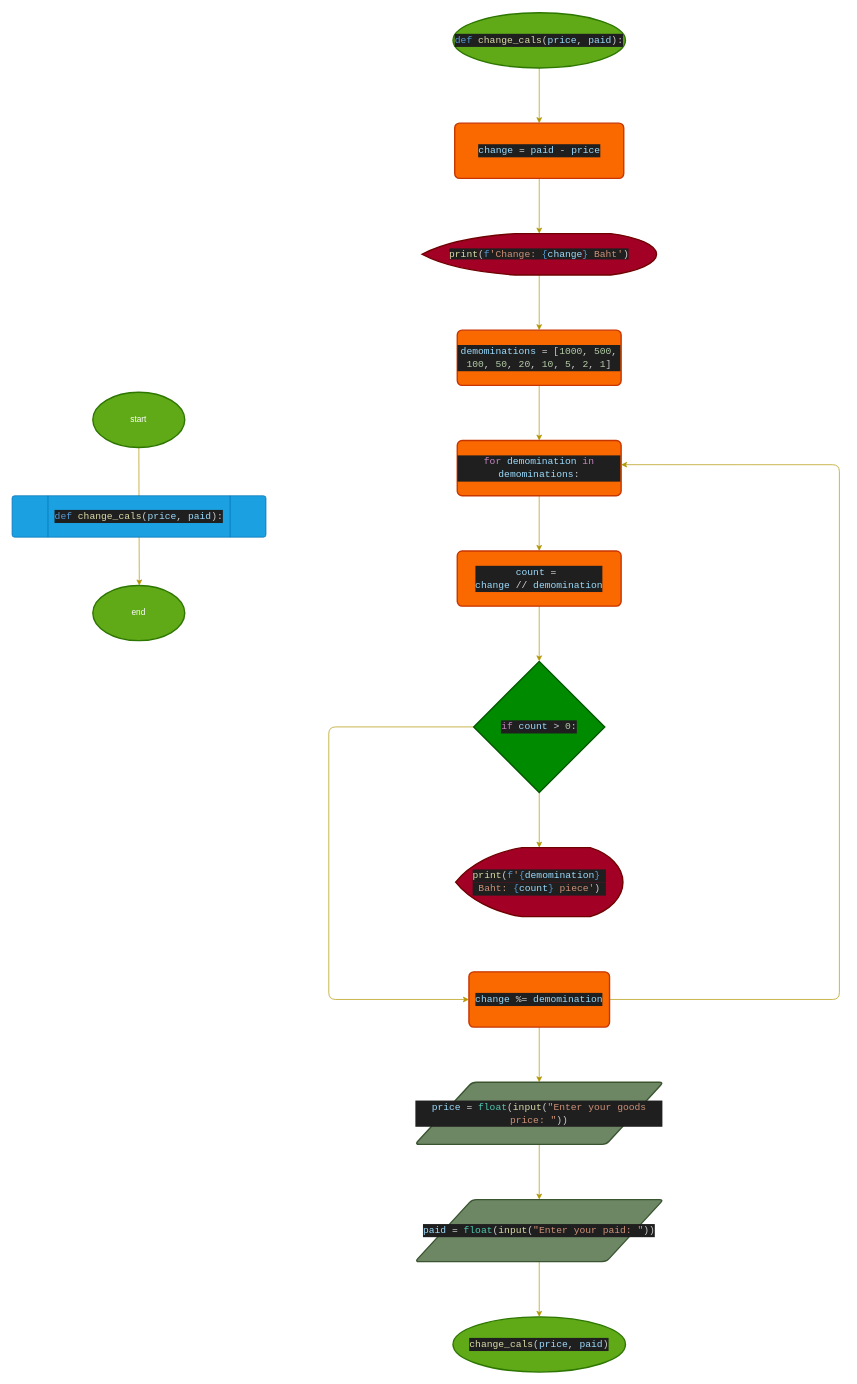
This is Problem Solv HW/HW1 CH1.drawio from CaptMavvvvv/NCC-1031-D, a draw.io file, before an edit. Source tidied: cells renumbered, new cells numbered last; positions are measured from the earlier drawing's top-left corner, leaving out a move shared by most shapes. Both pictures are drawn from the tidied source at 69%, with x=0, y=0 at pixel (12, 12).
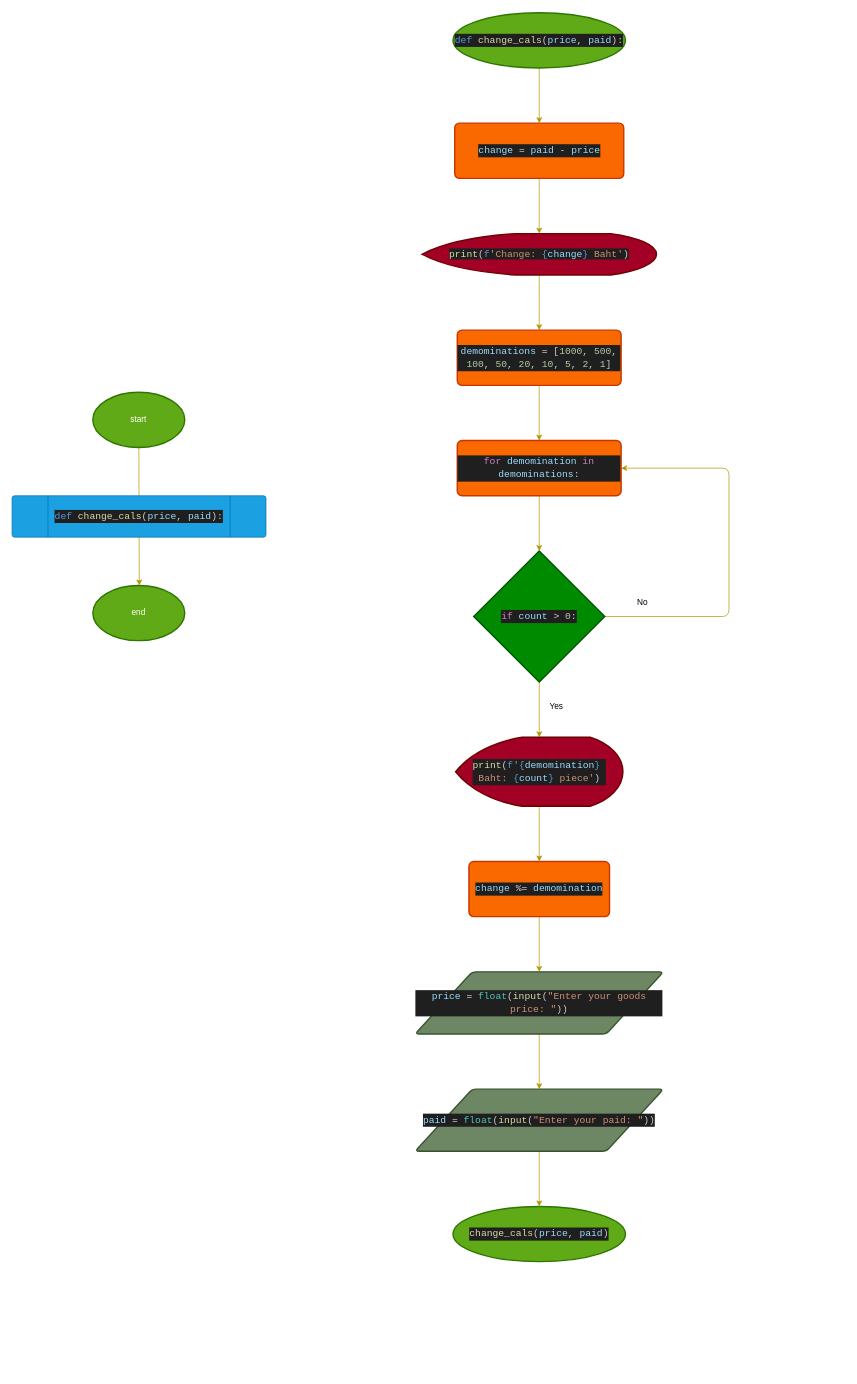
After the change.

The change refers to these unchanged cells:
```xml
<mxCell id="17" value="&lt;div style=&quot;color: rgb(204, 204, 204); background-color: rgb(31, 31, 31); font-family: Consolas, &amp;quot;Courier New&amp;quot;, monospace; font-size: 14px; line-height: 19px;&quot;&gt;&lt;div&gt;&lt;div style=&quot;line-height: 19px;&quot;&gt;&lt;div style=&quot;line-height: 19px;&quot;&gt;&lt;div&gt;&lt;span style=&quot;color: #c586c0;&quot;&gt;for&lt;/span&gt; &lt;span style=&quot;color: #9cdcfe;&quot;&gt;demomination&lt;/span&gt; &lt;span style=&quot;color: #c586c0;&quot;&gt;in&lt;/span&gt; &lt;span style=&quot;color: #9cdcfe;&quot;&gt;demominations&lt;/span&gt;:&lt;/div&gt;&lt;div&gt;&lt;/div&gt;&lt;/div&gt;&lt;/div&gt;&lt;/div&gt;&lt;div&gt;&lt;/div&gt;&lt;/div&gt;" style="rounded=1;whiteSpace=wrap;html=1;absoluteArcSize=1;arcSize=14;strokeWidth=2;fillColor=#fa6800;fontColor=#000000;strokeColor=#C73500;" parent="1" vertex="1">
  <mxGeometry x="645.2" y="620" width="237.5" height="80" as="geometry" />
</mxCell>
```

The edit, as a diff of the source:
```diff
@@
-    <mxCell id="16" style="edgeStyle=none;html=1;fillColor=#e3c800;strokeColor=#B09500;" parent="1" edge="1" source="17" target="22">
-      <mxGeometry relative="1" as="geometry" />
+    <mxCell id="16" style="edgeStyle=none;html=1;fillColor=#e3c800;strokeColor=#B09500;" parent="1" edge="1" source="17">
+      <mxGeometry relative="1" as="geometry">
+        <mxPoint x="764" y="780" as="targetPoint" />
+      </mxGeometry>
     </mxCell>
@@
-    <mxCell id="19" style="edgeStyle=none;html=1;exitX=0;exitY=0.5;exitDx=0;exitDy=0;exitPerimeter=0;entryX=0;entryY=0.5;entryDx=0;entryDy=0;fillColor=#e3c800;strokeColor=#B09500;" parent="1" edge="1" source="20" target="26">
-      <mxGeometry relative="1" as="geometry">
-        <Array as="points">
-          <mxPoint x="459" y="1035" />
-          <mxPoint x="459" y="1430" />
-        </Array>
-      </mxGeometry>
-    </mxCell>
+    <mxCell id="32" style="edgeStyle=none;html=1;exitX=1;exitY=0.5;exitDx=0;exitDy=0;exitPerimeter=0;entryX=1;entryY=0.5;entryDx=0;entryDy=0;fillColor=#e3c800;strokeColor=#B09500;" parent="1" edge="1" source="20" target="17">
+      <mxGeometry relative="1" as="geometry">
+        <Array as="points">
+          <mxPoint x="1039" y="875" />
+          <mxPoint x="1039" y="660" />
+        </Array>
+      </mxGeometry>
+    </mxCell>
     <mxCell id="20" value="&lt;div style=&quot;color: rgb(204, 204, 204); background-color: rgb(31, 31, 31); font-family: Consolas, &amp;quot;Courier New&amp;quot;, monospace; font-size: 14px; line-height: 19px;&quot;&gt;&lt;div style=&quot;line-height: 19px;&quot;&gt;&lt;span style=&quot;color: #c586c0;&quot;&gt;if&lt;/span&gt; &lt;span style=&quot;color: #9cdcfe;&quot;&gt;count&lt;/span&gt; &lt;span style=&quot;color: #d4d4d4;&quot;&gt;&amp;gt;&lt;/span&gt; &lt;span style=&quot;color: #b5cea8;&quot;&gt;0&lt;/span&gt;:&lt;/div&gt;&lt;/div&gt;" style="strokeWidth=2;html=1;shape=mxgraph.flowchart.decision;whiteSpace=wrap;fillColor=#008a00;fontColor=#ffffff;strokeColor=#005700;" parent="1" vertex="1">
-      <mxGeometry x="669" y="940" width="190" height="190" as="geometry" />
+      <mxGeometry x="669" y="780" width="190" height="190" as="geometry" />
     </mxCell>
-    <mxCell id="21" style="edgeStyle=none;html=1;fillColor=#e3c800;strokeColor=#B09500;" parent="1" edge="1" source="22" target="20">
-      <mxGeometry relative="1" as="geometry" />
-    </mxCell>
-    <mxCell id="22" value="&lt;div style=&quot;color: rgb(204, 204, 204); background-color: rgb(31, 31, 31); font-family: Consolas, &amp;quot;Courier New&amp;quot;, monospace; font-size: 14px; line-height: 19px;&quot;&gt;&lt;div&gt;&lt;div style=&quot;line-height: 19px;&quot;&gt;&lt;div style=&quot;line-height: 19px;&quot;&gt;&lt;div&gt;&lt;div style=&quot;line-height: 19px;&quot;&gt;&lt;div&gt;&lt;span style=&quot;color: rgb(156, 220, 254);&quot;&gt;count&lt;/span&gt; &lt;span style=&quot;color: rgb(212, 212, 212);&quot;&gt;=&lt;/span&gt;&amp;nbsp;&lt;/div&gt;&lt;div&gt;&lt;span style=&quot;color: rgb(156, 220, 254);&quot;&gt;change&lt;/span&gt; &lt;span style=&quot;color: rgb(212, 212, 212);&quot;&gt;//&lt;/span&gt; &lt;span style=&quot;color: rgb(156, 220, 254);&quot;&gt;demomination&lt;/span&gt;&lt;br&gt;&lt;/div&gt;&lt;div&gt;&lt;/div&gt;&lt;/div&gt;&lt;/div&gt;&lt;div&gt;&lt;/div&gt;&lt;/div&gt;&lt;/div&gt;&lt;/div&gt;&lt;div&gt;&lt;/div&gt;&lt;/div&gt;" style="rounded=1;whiteSpace=wrap;html=1;absoluteArcSize=1;arcSize=14;strokeWidth=2;fillColor=#fa6800;fontColor=#000000;strokeColor=#C73500;" parent="1" vertex="1">
-      <mxGeometry x="645.2" y="780" width="237.5" height="80" as="geometry" />
-    </mxCell>
+    <mxCell id="25" style="edgeStyle=none;html=1;fillColor=#e3c800;strokeColor=#B09500;" parent="1" edge="1" source="23" target="26">
+      <mxGeometry relative="1" as="geometry" />
+    </mxCell>
     <mxCell id="23" value="&lt;div style=&quot;color: rgb(204, 204, 204); background-color: rgb(31, 31, 31); font-family: Consolas, &amp;quot;Courier New&amp;quot;, monospace; font-size: 14px; line-height: 19px;&quot;&gt;&lt;span style=&quot;color: #dcdcaa;&quot;&gt;print&lt;/span&gt;(&lt;span style=&quot;color: #569cd6;&quot;&gt;f&lt;/span&gt;&lt;span style=&quot;color: #ce9178;&quot;&gt;'&lt;/span&gt;&lt;span style=&quot;color: #569cd6;&quot;&gt;{&lt;/span&gt;&lt;span style=&quot;color: #9cdcfe;&quot;&gt;demomination&lt;/span&gt;&lt;span style=&quot;color: #569cd6;&quot;&gt;}&lt;/span&gt;&lt;span style=&quot;color: #ce9178;&quot;&gt;&amp;nbsp;&lt;/span&gt;&lt;/div&gt;&lt;div style=&quot;color: rgb(204, 204, 204); background-color: rgb(31, 31, 31); font-family: Consolas, &amp;quot;Courier New&amp;quot;, monospace; font-size: 14px; line-height: 19px;&quot;&gt;&lt;span style=&quot;color: #ce9178;&quot;&gt;Baht: &lt;/span&gt;&lt;span style=&quot;color: #569cd6;&quot;&gt;{&lt;/span&gt;&lt;span style=&quot;color: #9cdcfe;&quot;&gt;count&lt;/span&gt;&lt;span style=&quot;color: #569cd6;&quot;&gt;}&lt;/span&gt;&lt;span style=&quot;color: #ce9178;&quot;&gt; piece'&lt;/span&gt;)&lt;/div&gt;" style="strokeWidth=2;html=1;shape=mxgraph.flowchart.display;whiteSpace=wrap;fillColor=#a20025;fontColor=#ffffff;strokeColor=#6F0000;" parent="1" vertex="1">
-      <mxGeometry x="642.8" y="1210" width="242.5" height="100" as="geometry" />
+      <mxGeometry x="642.8" y="1050" width="242.5" height="100" as="geometry" />
     </mxCell>
@@
-    <mxCell id="25" style="edgeStyle=none;html=1;exitX=1;exitY=0.5;exitDx=0;exitDy=0;entryX=1;entryY=0.437;entryDx=0;entryDy=0;entryPerimeter=0;fillColor=#e3c800;strokeColor=#B09500;" parent="1" edge="1" source="26" target="17">
-      <mxGeometry relative="1" as="geometry">
-        <Array as="points">
-          <mxPoint x="1199" y="1430" />
-          <mxPoint x="1199" y="655" />
-        </Array>
-      </mxGeometry>
-    </mxCell>
     <mxCell id="26" value="&lt;div style=&quot;color: rgb(204, 204, 204); background-color: rgb(31, 31, 31); font-family: Consolas, &amp;quot;Courier New&amp;quot;, monospace; font-size: 14px; line-height: 19px;&quot;&gt;&lt;div&gt;&lt;div style=&quot;line-height: 19px;&quot;&gt;&lt;div style=&quot;line-height: 19px;&quot;&gt;&lt;div&gt;&lt;div style=&quot;line-height: 19px;&quot;&gt;&lt;div&gt;&lt;div style=&quot;line-height: 19px;&quot;&gt;&lt;div&gt;&lt;span style=&quot;color: #9cdcfe;&quot;&gt;change&lt;/span&gt; &lt;span style=&quot;color: #d4d4d4;&quot;&gt;%=&lt;/span&gt; &lt;span style=&quot;color: #9cdcfe;&quot;&gt;demomination&lt;/span&gt;&lt;/div&gt;&lt;/div&gt;&lt;/div&gt;&lt;div&gt;&lt;/div&gt;&lt;/div&gt;&lt;/div&gt;&lt;div&gt;&lt;/div&gt;&lt;/div&gt;&lt;/div&gt;&lt;/div&gt;&lt;div&gt;&lt;/div&gt;&lt;/div&gt;" style="rounded=1;whiteSpace=wrap;html=1;absoluteArcSize=1;arcSize=14;strokeWidth=2;fillColor=#fa6800;fontColor=#000000;strokeColor=#C73500;" parent="1" vertex="1">
-      <mxGeometry x="662.1" y="1390" width="203.8" height="80" as="geometry" />
+      <mxGeometry x="662.1" y="1230" width="203.8" height="80" as="geometry" />
     </mxCell>
     <mxCell id="27" value="&lt;div style=&quot;color: rgb(204, 204, 204); background-color: rgb(31, 31, 31); font-family: Consolas, &amp;quot;Courier New&amp;quot;, monospace; font-size: 14px; line-height: 19px;&quot;&gt;&lt;div style=&quot;line-height: 19px;&quot;&gt;&lt;span style=&quot;color: #dcdcaa;&quot;&gt;change_cals&lt;/span&gt;(&lt;span style=&quot;color: #9cdcfe;&quot;&gt;price&lt;/span&gt;, &lt;span style=&quot;color: #9cdcfe;&quot;&gt;paid&lt;/span&gt;)&lt;/div&gt;&lt;/div&gt;" style="strokeWidth=2;html=1;shape=mxgraph.flowchart.start_1;whiteSpace=wrap;fillColor=#60a917;fontColor=#ffffff;strokeColor=#2D7600;" parent="1" vertex="1">
-      <mxGeometry x="639" y="1890" width="250" height="80" as="geometry" />
+      <mxGeometry x="639" y="1730" width="250" height="80" as="geometry" />
     </mxCell>
@@
     <mxCell id="29" value="&lt;div style=&quot;color: rgb(204, 204, 204); background-color: rgb(31, 31, 31); font-family: Consolas, &amp;quot;Courier New&amp;quot;, monospace; font-size: 14px; line-height: 19px;&quot;&gt;&lt;div&gt;&lt;span style=&quot;color: #9cdcfe;&quot;&gt;price&lt;/span&gt; &lt;span style=&quot;color: #d4d4d4;&quot;&gt;=&lt;/span&gt; &lt;span style=&quot;color: #4ec9b0;&quot;&gt;float&lt;/span&gt;(&lt;span style=&quot;color: #dcdcaa;&quot;&gt;input&lt;/span&gt;(&lt;span style=&quot;color: #ce9178;&quot;&gt;&quot;Enter your goods price: &quot;&lt;/span&gt;))&lt;/div&gt;&lt;div&gt;&lt;span style=&quot;color: #9cdcfe;&quot;&gt;&lt;/span&gt;&lt;/div&gt;&lt;/div&gt;" style="shape=parallelogram;html=1;strokeWidth=2;perimeter=parallelogramPerimeter;whiteSpace=wrap;rounded=1;arcSize=12;size=0.23;fillColor=#6d8764;strokeColor=#3A5431;fontColor=#ffffff;" parent="1" vertex="1">
-      <mxGeometry x="584" y="1550" width="360" height="90" as="geometry" />
+      <mxGeometry x="584" y="1390" width="360" height="90" as="geometry" />
     </mxCell>
@@
     <mxCell id="31" value="&lt;div style=&quot;color: rgb(204, 204, 204); background-color: rgb(31, 31, 31); font-family: Consolas, &amp;quot;Courier New&amp;quot;, monospace; font-size: 14px; line-height: 19px;&quot;&gt;&lt;div&gt;&lt;div style=&quot;line-height: 19px;&quot;&gt;&lt;div&gt;&lt;span style=&quot;color: #9cdcfe;&quot;&gt;paid&lt;/span&gt; &lt;span style=&quot;color: #d4d4d4;&quot;&gt;=&lt;/span&gt; &lt;span style=&quot;color: #4ec9b0;&quot;&gt;float&lt;/span&gt;(&lt;span style=&quot;color: #dcdcaa;&quot;&gt;input&lt;/span&gt;(&lt;span style=&quot;color: #ce9178;&quot;&gt;&quot;Enter your paid: &quot;&lt;/span&gt;))&lt;/div&gt;&lt;/div&gt;&lt;/div&gt;&lt;div&gt;&lt;span style=&quot;color: #9cdcfe;&quot;&gt;&lt;/span&gt;&lt;/div&gt;&lt;/div&gt;" style="shape=parallelogram;html=1;strokeWidth=2;perimeter=parallelogramPerimeter;whiteSpace=wrap;rounded=1;arcSize=12;size=0.23;fillColor=#6d8764;strokeColor=#3A5431;fontColor=#ffffff;" parent="1" vertex="1">
-      <mxGeometry x="584" y="1720" width="360" height="90" as="geometry" />
+      <mxGeometry x="584" y="1560" width="360" height="90" as="geometry" />
     </mxCell>
+    <mxCell id="33" value="Yes" style="text;html=1;strokeColor=none;fillColor=none;align=center;verticalAlign=middle;whiteSpace=wrap;rounded=0;" parent="1" vertex="1">
+      <mxGeometry x="759" y="990" width="60" height="30" as="geometry" />
+    </mxCell>
+    <mxCell id="34" value="No" style="text;html=1;strokeColor=none;fillColor=none;align=center;verticalAlign=middle;whiteSpace=wrap;rounded=0;" parent="1" vertex="1">
+      <mxGeometry x="884" y="840" width="60" height="30" as="geometry" />
+    </mxCell>
```
